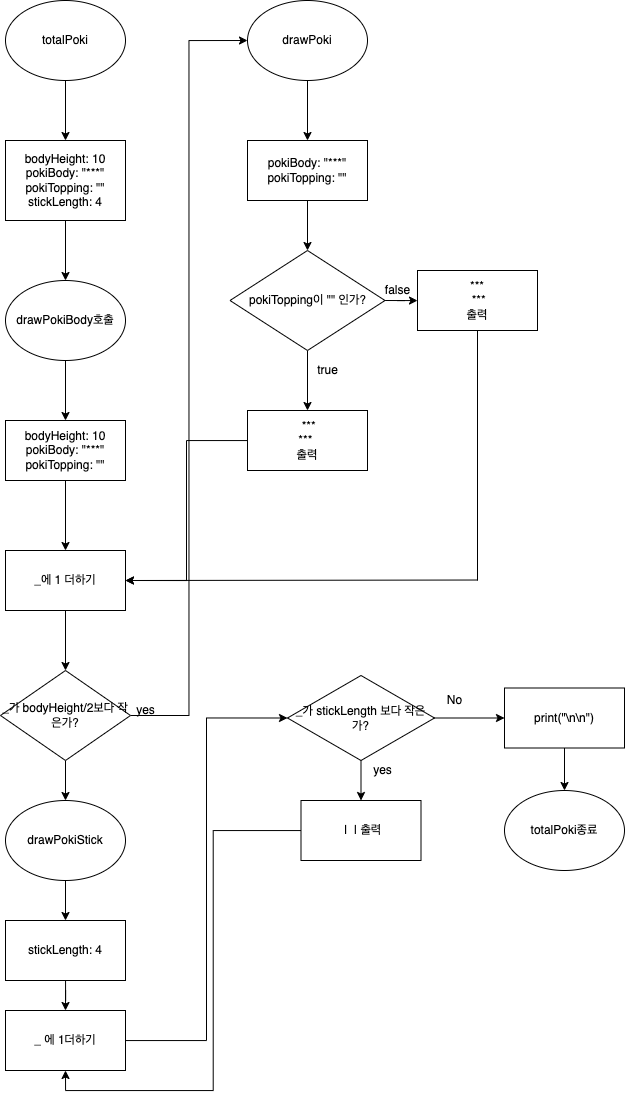
The draw.io diagram week1_STEP3_flow.png in yagom-academy/swift-starter-camp-4th, before a commit. Source tidied: cells renumbered, new cells last; positions are measured from the earlier drawing's top-left corner, leaving out a move shared by most shapes.
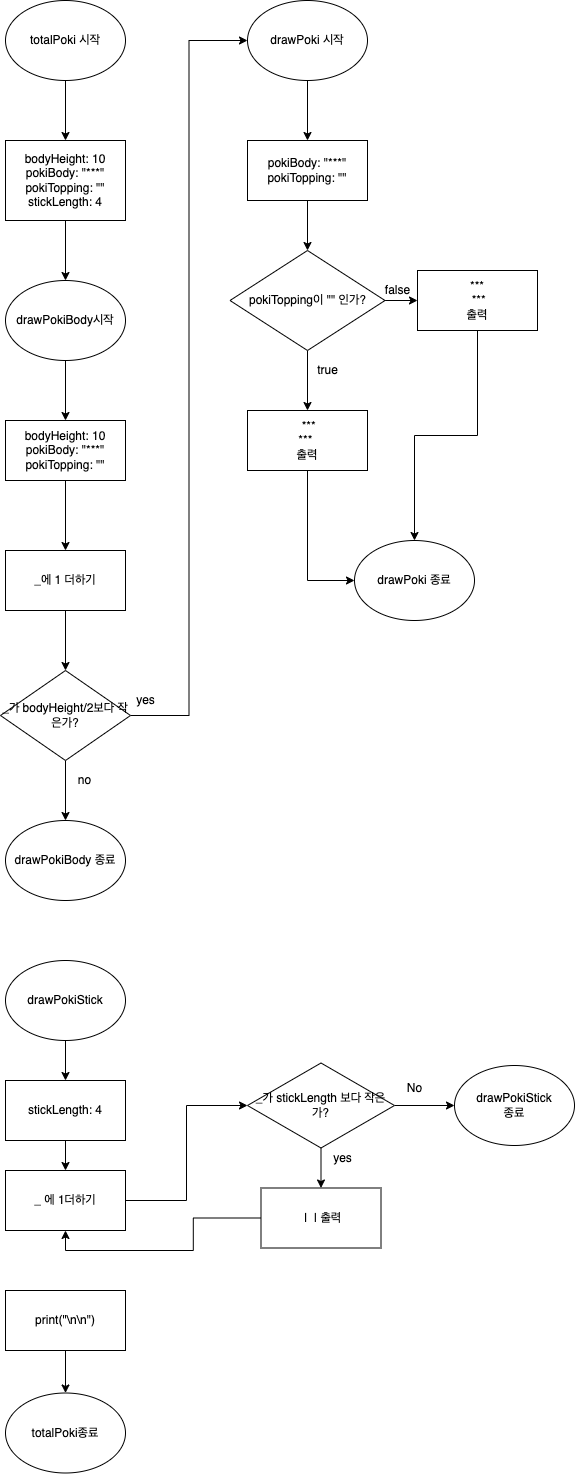
The same file after the commit.

Diff of the diagram source:
```diff
@@ -5,7 +5,7 @@
     <mxCell id="2" style="edgeStyle=orthogonalEdgeStyle;rounded=0;jettySize=auto;html=1;entryX=0.5;entryY=0;entryDx=0;entryDy=0;" parent="1" edge="1" source="3" target="5">
       <mxGeometry relative="1" as="geometry" />
     </mxCell>
-    <mxCell id="3" value="totalPoki" style="ellipse;whiteSpace=wrap;html=1;" parent="1" vertex="1">
+    <mxCell id="3" value="totalPoki 시작" style="ellipse;whiteSpace=wrap;html=1;" parent="1" vertex="1">
       <mxGeometry x="5" width="120" height="80" as="geometry" />
     </mxCell>
     <mxCell id="4" style="edgeStyle=orthogonalEdgeStyle;rounded=0;jettySize=auto;html=1;entryX=0.5;entryY=0;entryDx=0;entryDy=0;" parent="1" edge="1" source="5" target="7">
@@ -17,7 +17,7 @@
     <mxCell id="6" style="edgeStyle=orthogonalEdgeStyle;rounded=0;jettySize=auto;html=1;entryX=0.5;entryY=0;entryDx=0;entryDy=0;" parent="1" edge="1" source="7" target="9">
       <mxGeometry relative="1" as="geometry" />
     </mxCell>
-    <mxCell id="7" value="drawPokiBody호출" style="ellipse;whiteSpace=wrap;html=1;" parent="1" vertex="1">
+    <mxCell id="7" value="drawPokiBody시작" style="ellipse;whiteSpace=wrap;html=1;" parent="1" vertex="1">
       <mxGeometry x="5" y="280" width="120" height="80" as="geometry" />
     </mxCell>
     <mxCell id="8" style="edgeStyle=orthogonalEdgeStyle;rounded=0;jettySize=auto;html=1;entryX=0.5;entryY=0;entryDx=0;entryDy=0;" parent="1" edge="1" source="9" target="14">
@@ -29,9 +29,9 @@
     <mxCell id="10" style="edgeStyle=orthogonalEdgeStyle;rounded=0;jettySize=auto;html=1;entryX=0;entryY=0.5;entryDx=0;entryDy=0;" parent="1" edge="1" source="12" target="16">
       <mxGeometry relative="1" as="geometry" />
     </mxCell>
-    <mxCell id="11" style="edgeStyle=orthogonalEdgeStyle;rounded=0;jettySize=auto;html=1;entryX=0.5;entryY=0;entryDx=0;entryDy=0;" parent="1" edge="1" source="12" target="31">
-      <mxGeometry relative="1" as="geometry" />
-    </mxCell>
+    <mxCell id="46" style="edgeStyle=orthogonalEdgeStyle;rounded=0;jettySize=auto;html=1;entryX=0.5;entryY=0;entryDx=0;entryDy=0;endArrow=classic;endFill=1;" parent="1" edge="1" source="12" target="50">
+      <mxGeometry relative="1" as="geometry" />
+    </mxCell>
     <mxCell id="12" value="_가 bodyHeight/2보다 작은가?" style="rhombus;whiteSpace=wrap;html=1;" parent="1" vertex="1">
       <mxGeometry y="670" width="130" height="90" as="geometry" />
     </mxCell>
@@ -44,11 +44,11 @@
     <mxCell id="15" style="edgeStyle=orthogonalEdgeStyle;rounded=0;jettySize=auto;html=1;" parent="1" edge="1" source="16" target="19">
       <mxGeometry relative="1" as="geometry" />
     </mxCell>
-    <mxCell id="16" value="drawPoki" style="ellipse;whiteSpace=wrap;html=1;" parent="1" vertex="1">
+    <mxCell id="16" value="drawPoki 시작" style="ellipse;whiteSpace=wrap;html=1;" parent="1" vertex="1">
       <mxGeometry x="247" width="120" height="80" as="geometry" />
     </mxCell>
     <mxCell id="17" value="yes" style="text;html=1;align=center;verticalAlign=middle;strokeColor=none;fillColor=none;" parent="1" vertex="1">
-      <mxGeometry x="130" y="700" width="30" height="20" as="geometry" />
+      <mxGeometry x="130" y="690" width="30" height="20" as="geometry" />
     </mxCell>
     <mxCell id="18" style="edgeStyle=orthogonalEdgeStyle;rounded=0;jettySize=auto;html=1;entryX=0.5;entryY=0;entryDx=0;entryDy=0;" parent="1" edge="1" source="19">
       <mxGeometry relative="1" as="geometry">
@@ -71,17 +71,15 @@
     <mxCell id="22" value="pokiTopping이 &quot;&quot; 인가?" style="rhombus;whiteSpace=wrap;html=1;" parent="1" vertex="1">
       <mxGeometry x="229.5" y="250" width="155" height="100" as="geometry" />
     </mxCell>
-    <mxCell id="23" style="edgeStyle=orthogonalEdgeStyle;rounded=0;jettySize=auto;html=1;entryX=1;entryY=0.5;entryDx=0;entryDy=0;" parent="1" edge="1" source="24" target="14">
-      <mxGeometry relative="1" as="geometry" />
-    </mxCell>
+    <mxCell id="47" style="edgeStyle=orthogonalEdgeStyle;rounded=0;jettySize=auto;html=1;entryX=0;entryY=0.5;entryDx=0;entryDy=0;endArrow=classic;endFill=1;" parent="1" edge="1" source="24" target="52">
+      <mxGeometry relative="1" as="geometry" />
+    </mxCell>
     <mxCell id="24" value="&amp;nbsp;***&lt;br&gt;***&amp;nbsp;&lt;br&gt;출력" style="rounded=0;whiteSpace=wrap;html=1;" parent="1" vertex="1">
       <mxGeometry x="247" y="410" width="120" height="60" as="geometry" />
     </mxCell>
-    <mxCell id="25" style="edgeStyle=orthogonalEdgeStyle;rounded=0;jettySize=auto;html=1;endArrow=none;endFill=0;" parent="1" edge="1" source="26">
-      <mxGeometry relative="1" as="geometry">
-        <mxPoint x="477" y="580" as="targetPoint" />
-      </mxGeometry>
-    </mxCell>
+    <mxCell id="48" style="edgeStyle=orthogonalEdgeStyle;rounded=0;jettySize=auto;html=1;entryX=0.5;entryY=0;entryDx=0;entryDy=0;endArrow=classic;endFill=1;" parent="1" edge="1" source="26" target="52">
+      <mxGeometry relative="1" as="geometry" />
+    </mxCell>
     <mxCell id="26" value="***&lt;br&gt;&amp;nbsp;***&lt;br&gt;출력" style="rounded=0;whiteSpace=wrap;html=1;" parent="1" vertex="1">
       <mxGeometry x="417" y="270" width="120" height="60" as="geometry" />
     </mxCell>
@@ -91,58 +89,65 @@
     <mxCell id="28" value="false" style="text;html=1;align=center;verticalAlign=middle;strokeColor=none;fillColor=none;" parent="1" vertex="1">
       <mxGeometry x="377" y="280" width="40" height="20" as="geometry" />
     </mxCell>
-    <mxCell id="29" style="endArrow=classic;html=1;rounded=0;entryX=1;entryY=0.5;entryDx=0;entryDy=0;" parent="1" edge="1" target="14">
-      <mxGeometry relative="1" as="geometry">
-        <mxPoint x="477" y="579.5" as="sourcePoint" />
-      </mxGeometry>
-    </mxCell>
     <mxCell id="30" style="edgeStyle=orthogonalEdgeStyle;rounded=0;jettySize=auto;html=1;entryX=0.5;entryY=0;entryDx=0;entryDy=0;endArrow=classic;endFill=1;" parent="1" edge="1" source="31" target="33">
       <mxGeometry relative="1" as="geometry" />
     </mxCell>
     <mxCell id="31" value="drawPokiStick" style="ellipse;whiteSpace=wrap;html=1;" parent="1" vertex="1">
-      <mxGeometry x="5" y="800" width="120" height="80" as="geometry" />
+      <mxGeometry x="5" y="960" width="120" height="80" as="geometry" />
     </mxCell>
     <mxCell id="32" style="edgeStyle=orthogonalEdgeStyle;rounded=0;jettySize=auto;html=1;entryX=0.5;entryY=0;entryDx=0;entryDy=0;endArrow=classic;endFill=1;" parent="1" edge="1" source="33" target="35">
       <mxGeometry relative="1" as="geometry" />
     </mxCell>
     <mxCell id="33" value="stickLength: 4" style="rounded=0;whiteSpace=wrap;html=1;" parent="1" vertex="1">
-      <mxGeometry x="5" y="920" width="120" height="60" as="geometry" />
+      <mxGeometry x="5" y="1080" width="120" height="60" as="geometry" />
     </mxCell>
     <mxCell id="34" style="edgeStyle=orthogonalEdgeStyle;rounded=0;jettySize=auto;html=1;entryX=0;entryY=0.5;entryDx=0;entryDy=0;endArrow=classic;endFill=1;" parent="1" edge="1" source="35" target="38">
       <mxGeometry relative="1" as="geometry" />
     </mxCell>
     <mxCell id="35" value="_ 에 1더하기" style="rounded=0;whiteSpace=wrap;html=1;" parent="1" vertex="1">
-      <mxGeometry x="5" y="1010" width="120" height="60" as="geometry" />
+      <mxGeometry x="5" y="1170" width="120" height="60" as="geometry" />
     </mxCell>
     <mxCell id="36" style="edgeStyle=orthogonalEdgeStyle;rounded=0;jettySize=auto;html=1;entryX=0.5;entryY=0;entryDx=0;entryDy=0;endArrow=classic;endFill=1;" parent="1" edge="1" source="38" target="40">
       <mxGeometry relative="1" as="geometry" />
     </mxCell>
-    <mxCell id="37" style="edgeStyle=orthogonalEdgeStyle;rounded=0;jettySize=auto;html=1;entryX=0;entryY=0.5;entryDx=0;entryDy=0;endArrow=classic;endFill=1;" parent="1" edge="1" source="38" target="42">
-      <mxGeometry relative="1" as="geometry" />
-    </mxCell>
+    <mxCell id="49" style="edgeStyle=orthogonalEdgeStyle;rounded=0;jettySize=auto;html=1;entryX=0;entryY=0.5;entryDx=0;entryDy=0;endArrow=classic;endFill=1;" parent="1" edge="1" source="38" target="53">
+      <mxGeometry relative="1" as="geometry" />
+    </mxCell>
     <mxCell id="38" value="_가 stickLength 보다 작은가?" style="rhombus;whiteSpace=wrap;html=1;" parent="1" vertex="1">
-      <mxGeometry x="287" y="675" width="147" height="85" as="geometry" />
+      <mxGeometry x="247" y="1062.5" width="147" height="85" as="geometry" />
     </mxCell>
     <mxCell id="39" style="edgeStyle=orthogonalEdgeStyle;rounded=0;jettySize=auto;html=1;entryX=0.5;entryY=1;entryDx=0;entryDy=0;endArrow=classic;endFill=1;" parent="1" edge="1" source="40" target="35">
       <mxGeometry relative="1" as="geometry" />
     </mxCell>
     <mxCell id="40" value="&amp;nbsp;|&amp;nbsp; | 출력" style="rounded=0;whiteSpace=wrap;html=1;" parent="1" vertex="1">
-      <mxGeometry x="300.5" y="800" width="120" height="60" as="geometry" />
+      <mxGeometry x="260.5" y="1187.5" width="120" height="60" as="geometry" />
     </mxCell>
     <mxCell id="41" style="edgeStyle=orthogonalEdgeStyle;rounded=0;jettySize=auto;html=1;entryX=0.5;entryY=0;entryDx=0;entryDy=0;endArrow=classic;endFill=1;" parent="1" edge="1" source="42" target="43">
       <mxGeometry relative="1" as="geometry" />
     </mxCell>
     <mxCell id="42" value="print(&quot;\n\n&quot;)" style="rounded=0;whiteSpace=wrap;html=1;" parent="1" vertex="1">
-      <mxGeometry x="504" y="687.5" width="120" height="60" as="geometry" />
+      <mxGeometry x="5" y="1290" width="120" height="60" as="geometry" />
     </mxCell>
     <mxCell id="43" value="totalPoki종료" style="ellipse;whiteSpace=wrap;html=1;" parent="1" vertex="1">
-      <mxGeometry x="504" y="790" width="120" height="80" as="geometry" />
+      <mxGeometry x="5" y="1392.5" width="120" height="80" as="geometry" />
     </mxCell>
     <mxCell id="44" value="No" style="text;html=1;align=center;verticalAlign=middle;strokeColor=none;fillColor=none;" parent="1" vertex="1">
-      <mxGeometry x="439" y="690" width="30" height="20" as="geometry" />
+      <mxGeometry x="399" y="1077.5" width="30" height="20" as="geometry" />
     </mxCell>
     <mxCell id="45" value="yes" style="text;html=1;align=center;verticalAlign=middle;strokeColor=none;fillColor=none;" parent="1" vertex="1">
-      <mxGeometry x="367" y="760" width="30" height="20" as="geometry" />
+      <mxGeometry x="327" y="1147.5" width="30" height="20" as="geometry" />
     </mxCell>
+    <mxCell id="50" value="drawPokiBody 종료" style="ellipse;whiteSpace=wrap;html=1;" parent="1" vertex="1">
+      <mxGeometry x="5" y="820" width="120" height="80" as="geometry" />
+    </mxCell>
+    <mxCell id="51" value="no" style="text;html=1;align=center;verticalAlign=middle;strokeColor=none;fillColor=none;" parent="1" vertex="1">
+      <mxGeometry x="69" y="770" width="30" height="20" as="geometry" />
+    </mxCell>
+    <mxCell id="52" value="drawPoki 종료" style="ellipse;whiteSpace=wrap;html=1;" parent="1" vertex="1">
+      <mxGeometry x="354" y="540" width="120" height="80" as="geometry" />
+    </mxCell>
+    <mxCell id="53" value="drawPokiStick&lt;br&gt;종료" style="ellipse;whiteSpace=wrap;html=1;" parent="1" vertex="1">
+      <mxGeometry x="454" y="1065" width="120" height="80" as="geometry" />
+    </mxCell>
   </root>
 </mxGraphModel>
```
